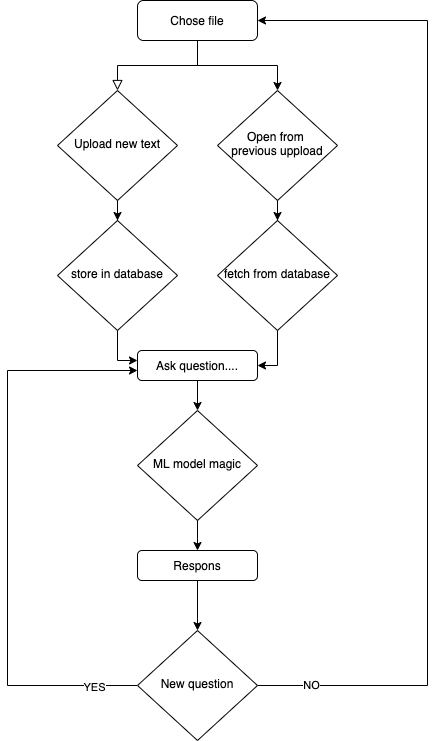
The draw.io diagram Flowchart.drawio.png in Legfi/CV-reader-app, before a commit. Source tidied: cells renumbered, new cells last; positions are measured from the earlier drawing's top-left corner, leaving out a move shared by most shapes.
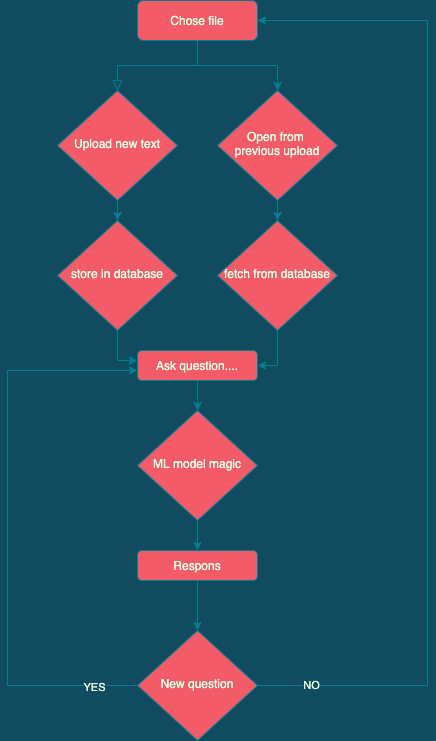
The same diagram one commit later.

Diff of the diagram source:
```diff
@@ -1,61 +1,61 @@
-<mxGraphModel>
+<mxGraphModel background="#114B5F">
   <root>
     <mxCell id="0" />
     <mxCell id="1" parent="0" />
-    <mxCell id="2" style="rounded=0;html=1;jettySize=auto;fontSize=11;endArrow=block;endFill=0;endSize=8;strokeWidth=1;shadow=0;labelBackgroundColor=none;edgeStyle=orthogonalEdgeStyle;" parent="1" edge="1" source="4" target="6">
+    <mxCell id="2" style="rounded=0;html=1;jettySize=auto;fontSize=11;endArrow=block;endFill=0;endSize=8;strokeWidth=1;shadow=0;labelBackgroundColor=none;edgeStyle=orthogonalEdgeStyle;strokeColor=#028090;fontColor=#E4FDE1;" parent="1" edge="1" source="4" target="6">
       <mxGeometry relative="1" as="geometry" />
     </mxCell>
-    <mxCell id="3" style="edgeStyle=orthogonalEdgeStyle;rounded=0;jettySize=auto;html=1;exitX=0.5;exitY=1;exitDx=0;exitDy=0;" parent="1" edge="1" source="4" target="8">
+    <mxCell id="3" style="edgeStyle=orthogonalEdgeStyle;rounded=0;jettySize=auto;html=1;exitX=0.5;exitY=1;exitDx=0;exitDy=0;labelBackgroundColor=#114B5F;strokeColor=#028090;fontColor=#E4FDE1;" parent="1" edge="1" source="4" target="8">
       <mxGeometry relative="1" as="geometry" />
     </mxCell>
-    <mxCell id="4" value="Chose file" style="rounded=1;whiteSpace=wrap;html=1;fontSize=12;glass=0;strokeWidth=1;shadow=0;" parent="1" vertex="1">
+    <mxCell id="4" value="Chose file" style="rounded=1;whiteSpace=wrap;html=1;fontSize=12;glass=0;strokeWidth=1;shadow=0;fillColor=#F45B69;strokeColor=#028090;fontColor=#E4FDE1;" parent="1" vertex="1">
       <mxGeometry x="130" width="120" height="40" as="geometry" />
     </mxCell>
-    <mxCell id="5" style="edgeStyle=orthogonalEdgeStyle;rounded=0;jettySize=auto;html=1;entryX=0.5;entryY=0;entryDx=0;entryDy=0;" parent="1" edge="1" source="6" target="10">
+    <mxCell id="5" style="edgeStyle=orthogonalEdgeStyle;rounded=0;jettySize=auto;html=1;entryX=0.5;entryY=0;entryDx=0;entryDy=0;labelBackgroundColor=#114B5F;strokeColor=#028090;fontColor=#E4FDE1;" parent="1" edge="1" source="6" target="10">
       <mxGeometry relative="1" as="geometry" />
     </mxCell>
-    <mxCell id="6" value="Upload new text" style="rhombus;whiteSpace=wrap;html=1;shadow=0;fontFamily=Helvetica;fontSize=12;align=center;strokeWidth=1;spacing=6;spacingTop=-4;" parent="1" vertex="1">
+    <mxCell id="6" value="Upload new text" style="rhombus;whiteSpace=wrap;html=1;shadow=0;fontFamily=Helvetica;fontSize=12;align=center;strokeWidth=1;spacing=6;spacingTop=-4;fillColor=#F45B69;strokeColor=#028090;fontColor=#E4FDE1;" parent="1" vertex="1">
       <mxGeometry x="50" y="90" width="120" height="110" as="geometry" />
     </mxCell>
-    <mxCell id="7" style="edgeStyle=orthogonalEdgeStyle;rounded=0;jettySize=auto;html=1;" parent="1" edge="1" source="8" target="12">
+    <mxCell id="7" style="edgeStyle=orthogonalEdgeStyle;rounded=0;jettySize=auto;html=1;labelBackgroundColor=#114B5F;strokeColor=#028090;fontColor=#E4FDE1;" parent="1" edge="1" source="8" target="12">
       <mxGeometry relative="1" as="geometry" />
     </mxCell>
-    <mxCell id="8" value="Open from&amp;nbsp;&lt;br&gt;previous uppload" style="rhombus;whiteSpace=wrap;html=1;shadow=0;fontFamily=Helvetica;fontSize=12;align=center;strokeWidth=1;spacing=6;spacingTop=-4;" parent="1" vertex="1">
+    <mxCell id="8" value="Open from&amp;nbsp;&lt;br&gt;previous upload" style="rhombus;whiteSpace=wrap;html=1;shadow=0;fontFamily=Helvetica;fontSize=12;align=center;strokeWidth=1;spacing=6;spacingTop=-4;fillColor=#F45B69;strokeColor=#028090;fontColor=#E4FDE1;" parent="1" vertex="1">
       <mxGeometry x="210" y="90" width="120" height="110" as="geometry" />
     </mxCell>
-    <mxCell id="9" style="edgeStyle=orthogonalEdgeStyle;rounded=0;jettySize=auto;html=1;entryX=0;entryY=0.333;entryDx=0;entryDy=0;entryPerimeter=0;" parent="1" edge="1" source="10" target="15">
+    <mxCell id="9" style="edgeStyle=orthogonalEdgeStyle;rounded=0;jettySize=auto;html=1;entryX=0;entryY=0.333;entryDx=0;entryDy=0;entryPerimeter=0;labelBackgroundColor=#114B5F;strokeColor=#028090;fontColor=#E4FDE1;" parent="1" edge="1" source="10" target="15">
       <mxGeometry relative="1" as="geometry" />
     </mxCell>
-    <mxCell id="10" value="store in database" style="rhombus;whiteSpace=wrap;html=1;shadow=0;fontFamily=Helvetica;fontSize=12;align=center;strokeWidth=1;spacing=6;spacingTop=-4;" parent="1" vertex="1">
+    <mxCell id="10" value="store in database" style="rhombus;whiteSpace=wrap;html=1;shadow=0;fontFamily=Helvetica;fontSize=12;align=center;strokeWidth=1;spacing=6;spacingTop=-4;fillColor=#F45B69;strokeColor=#028090;fontColor=#E4FDE1;" parent="1" vertex="1">
       <mxGeometry x="50" y="220" width="120" height="110" as="geometry" />
     </mxCell>
-    <mxCell id="11" style="edgeStyle=orthogonalEdgeStyle;rounded=0;jettySize=auto;html=1;entryX=1;entryY=0.5;entryDx=0;entryDy=0;" parent="1" edge="1" source="12" target="15">
+    <mxCell id="11" style="edgeStyle=orthogonalEdgeStyle;rounded=0;jettySize=auto;html=1;entryX=1;entryY=0.5;entryDx=0;entryDy=0;labelBackgroundColor=#114B5F;strokeColor=#028090;fontColor=#E4FDE1;" parent="1" edge="1" source="12" target="15">
       <mxGeometry relative="1" as="geometry" />
     </mxCell>
-    <mxCell id="12" value="fetch from database" style="rhombus;whiteSpace=wrap;html=1;shadow=0;fontFamily=Helvetica;fontSize=12;align=center;strokeWidth=1;spacing=6;spacingTop=-4;" parent="1" vertex="1">
+    <mxCell id="12" value="fetch from database" style="rhombus;whiteSpace=wrap;html=1;shadow=0;fontFamily=Helvetica;fontSize=12;align=center;strokeWidth=1;spacing=6;spacingTop=-4;fillColor=#F45B69;strokeColor=#028090;fontColor=#E4FDE1;" parent="1" vertex="1">
       <mxGeometry x="210" y="220" width="120" height="110" as="geometry" />
     </mxCell>
-    <mxCell id="13" style="edgeStyle=orthogonalEdgeStyle;rounded=0;jettySize=auto;html=1;startArrow=none;" parent="1" edge="1" source="24">
+    <mxCell id="13" style="edgeStyle=orthogonalEdgeStyle;rounded=0;jettySize=auto;html=1;startArrow=none;labelBackgroundColor=#114B5F;strokeColor=#028090;fontColor=#E4FDE1;" parent="1" edge="1" source="24">
       <mxGeometry relative="1" as="geometry">
         <mxPoint x="190" y="510" as="targetPoint" />
       </mxGeometry>
     </mxCell>
-    <mxCell id="14" style="edgeStyle=orthogonalEdgeStyle;rounded=0;jettySize=auto;html=1;" parent="1" edge="1" source="15" target="24">
+    <mxCell id="14" style="edgeStyle=orthogonalEdgeStyle;rounded=0;jettySize=auto;html=1;labelBackgroundColor=#114B5F;strokeColor=#028090;fontColor=#E4FDE1;" parent="1" edge="1" source="15" target="24">
       <mxGeometry relative="1" as="geometry" />
     </mxCell>
-    <mxCell id="15" value="Ask question...." style="rounded=1;whiteSpace=wrap;html=1;" parent="1" vertex="1">
+    <mxCell id="15" value="Ask question...." style="rounded=1;whiteSpace=wrap;html=1;fillColor=#F45B69;strokeColor=#028090;fontColor=#E4FDE1;" parent="1" vertex="1">
       <mxGeometry x="130" y="350" width="120" height="30" as="geometry" />
     </mxCell>
-    <mxCell id="16" style="edgeStyle=orthogonalEdgeStyle;rounded=0;jettySize=auto;html=1;entryX=0.5;entryY=0;entryDx=0;entryDy=0;" parent="1" edge="1" source="24" target="18">
+    <mxCell id="16" style="edgeStyle=orthogonalEdgeStyle;rounded=0;jettySize=auto;html=1;entryX=0.5;entryY=0;entryDx=0;entryDy=0;labelBackgroundColor=#114B5F;strokeColor=#028090;fontColor=#E4FDE1;" parent="1" edge="1" source="24" target="18">
       <mxGeometry relative="1" as="geometry" />
     </mxCell>
-    <mxCell id="17" style="edgeStyle=orthogonalEdgeStyle;rounded=0;jettySize=auto;html=1;entryX=0.5;entryY=0;entryDx=0;entryDy=0;" parent="1" edge="1" source="18" target="23">
+    <mxCell id="17" style="edgeStyle=orthogonalEdgeStyle;rounded=0;jettySize=auto;html=1;entryX=0.5;entryY=0;entryDx=0;entryDy=0;labelBackgroundColor=#114B5F;strokeColor=#028090;fontColor=#E4FDE1;" parent="1" edge="1" source="18" target="23">
       <mxGeometry relative="1" as="geometry" />
     </mxCell>
-    <mxCell id="18" value="Respons" style="rounded=1;whiteSpace=wrap;html=1;" parent="1" vertex="1">
+    <mxCell id="18" value="Respons" style="rounded=1;whiteSpace=wrap;html=1;fillColor=#F45B69;strokeColor=#028090;fontColor=#E4FDE1;" parent="1" vertex="1">
       <mxGeometry x="130" y="550" width="120" height="30" as="geometry" />
     </mxCell>
-    <mxCell id="19" style="edgeStyle=orthogonalEdgeStyle;rounded=0;jettySize=auto;html=1;entryX=1;entryY=0.5;entryDx=0;entryDy=0;" parent="1" edge="1" source="23" target="4">
+    <mxCell id="19" style="edgeStyle=orthogonalEdgeStyle;rounded=0;jettySize=auto;html=1;entryX=1;entryY=0.5;entryDx=0;entryDy=0;labelBackgroundColor=#114B5F;strokeColor=#028090;fontColor=#E4FDE1;" parent="1" edge="1" source="23" target="4">
       <mxGeometry relative="1" as="geometry">
         <Array as="points">
           <mxPoint x="420" y="685" />
@@ -63,10 +63,10 @@
         </Array>
       </mxGeometry>
     </mxCell>
-    <mxCell id="20" value="NO" style="edgeLabel;html=1;align=center;verticalAlign=middle;" parent="19" vertex="1">
+    <mxCell id="20" value="NO" style="edgeLabel;html=1;align=center;verticalAlign=middle;labelBackgroundColor=#114B5F;fontColor=#E4FDE1;" parent="19" vertex="1">
       <mxGeometry x="-0.89" y="1" relative="1" as="geometry" />
     </mxCell>
-    <mxCell id="21" style="edgeStyle=orthogonalEdgeStyle;rounded=0;jettySize=auto;html=1;" parent="1" edge="1" source="23">
+    <mxCell id="21" style="edgeStyle=orthogonalEdgeStyle;rounded=0;jettySize=auto;html=1;labelBackgroundColor=#114B5F;strokeColor=#028090;fontColor=#E4FDE1;" parent="1" edge="1" source="23">
       <mxGeometry relative="1" as="geometry">
         <mxPoint x="130" y="370" as="targetPoint" />
         <Array as="points">
@@ -76,13 +76,13 @@
         </Array>
       </mxGeometry>
     </mxCell>
-    <mxCell id="22" value="YES" style="edgeLabel;html=1;align=center;verticalAlign=middle;" parent="21" vertex="1">
+    <mxCell id="22" value="YES" style="edgeLabel;html=1;align=center;verticalAlign=middle;labelBackgroundColor=#114B5F;fontColor=#E4FDE1;" parent="21" vertex="1">
       <mxGeometry x="-0.85" y="1" relative="1" as="geometry" />
     </mxCell>
-    <mxCell id="23" value="New question" style="rhombus;whiteSpace=wrap;html=1;shadow=0;fontFamily=Helvetica;fontSize=12;align=center;strokeWidth=1;spacing=6;spacingTop=-4;" parent="1" vertex="1">
+    <mxCell id="23" value="New question" style="rhombus;whiteSpace=wrap;html=1;shadow=0;fontFamily=Helvetica;fontSize=12;align=center;strokeWidth=1;spacing=6;spacingTop=-4;fillColor=#F45B69;strokeColor=#028090;fontColor=#E4FDE1;" parent="1" vertex="1">
       <mxGeometry x="130" y="630" width="120" height="110" as="geometry" />
     </mxCell>
-    <mxCell id="24" value="ML model magic" style="rhombus;whiteSpace=wrap;html=1;shadow=0;fontFamily=Helvetica;fontSize=12;align=center;strokeWidth=1;spacing=6;spacingTop=-4;" parent="1" vertex="1">
+    <mxCell id="24" value="ML model magic" style="rhombus;whiteSpace=wrap;html=1;shadow=0;fontFamily=Helvetica;fontSize=12;align=center;strokeWidth=1;spacing=6;spacingTop=-4;fillColor=#F45B69;strokeColor=#028090;fontColor=#E4FDE1;" parent="1" vertex="1">
       <mxGeometry x="130" y="410" width="120" height="110" as="geometry" />
     </mxCell>
   </root>
```
